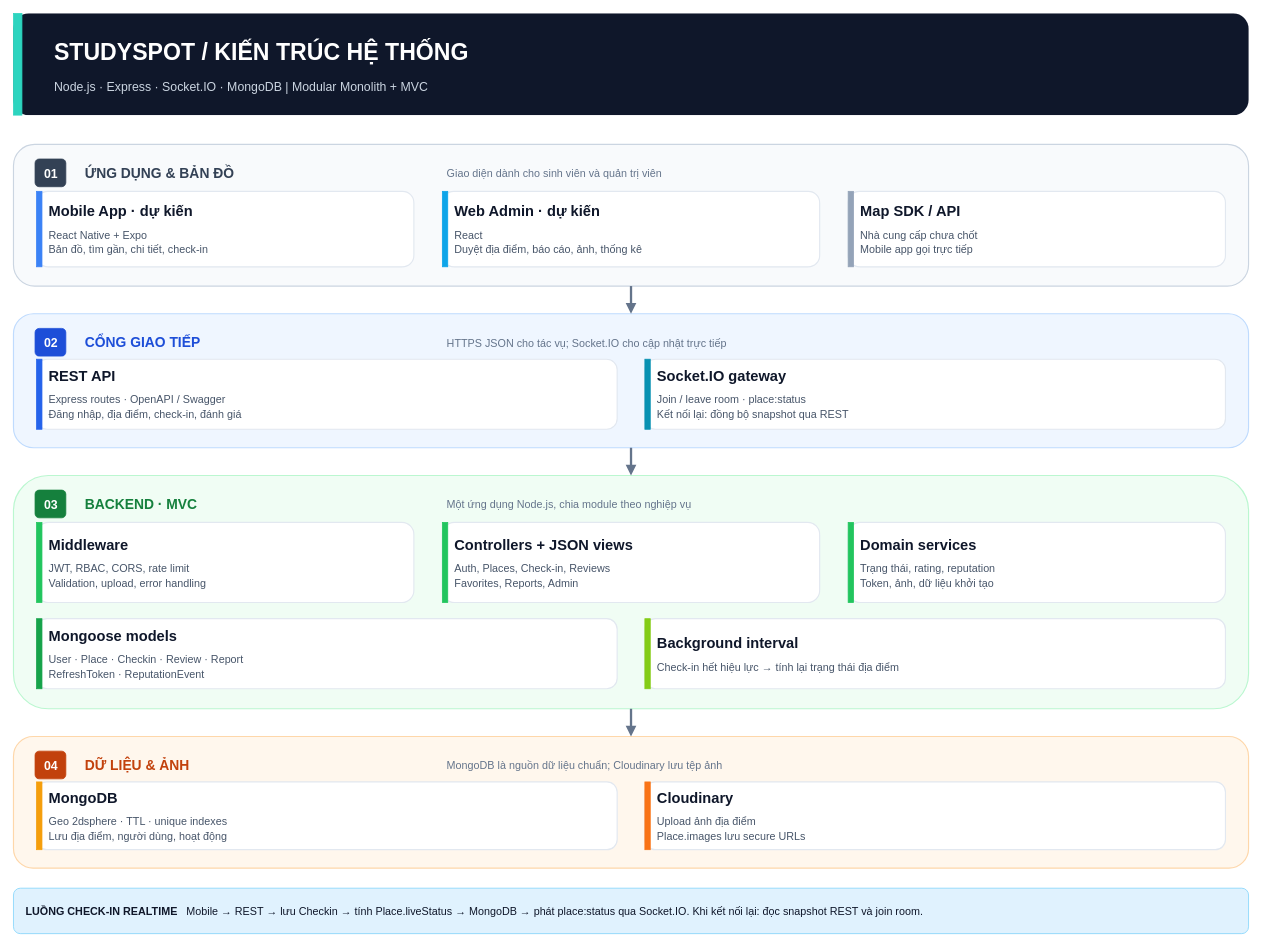
L1nkinPark/SDN-MMA keeps this draw.io diagram as backend/docs/StudySpot-System-Architecture.drawio. Above is the earlier version. Source tidied: cells renumbered, new cells numbered last; positions are measured from the earlier drawing's top-left corner, leaving out a move shared by most shapes. Both pictures are drawn from the tidied source at 77%, with x=0, y=0 at pixel (13, 13).
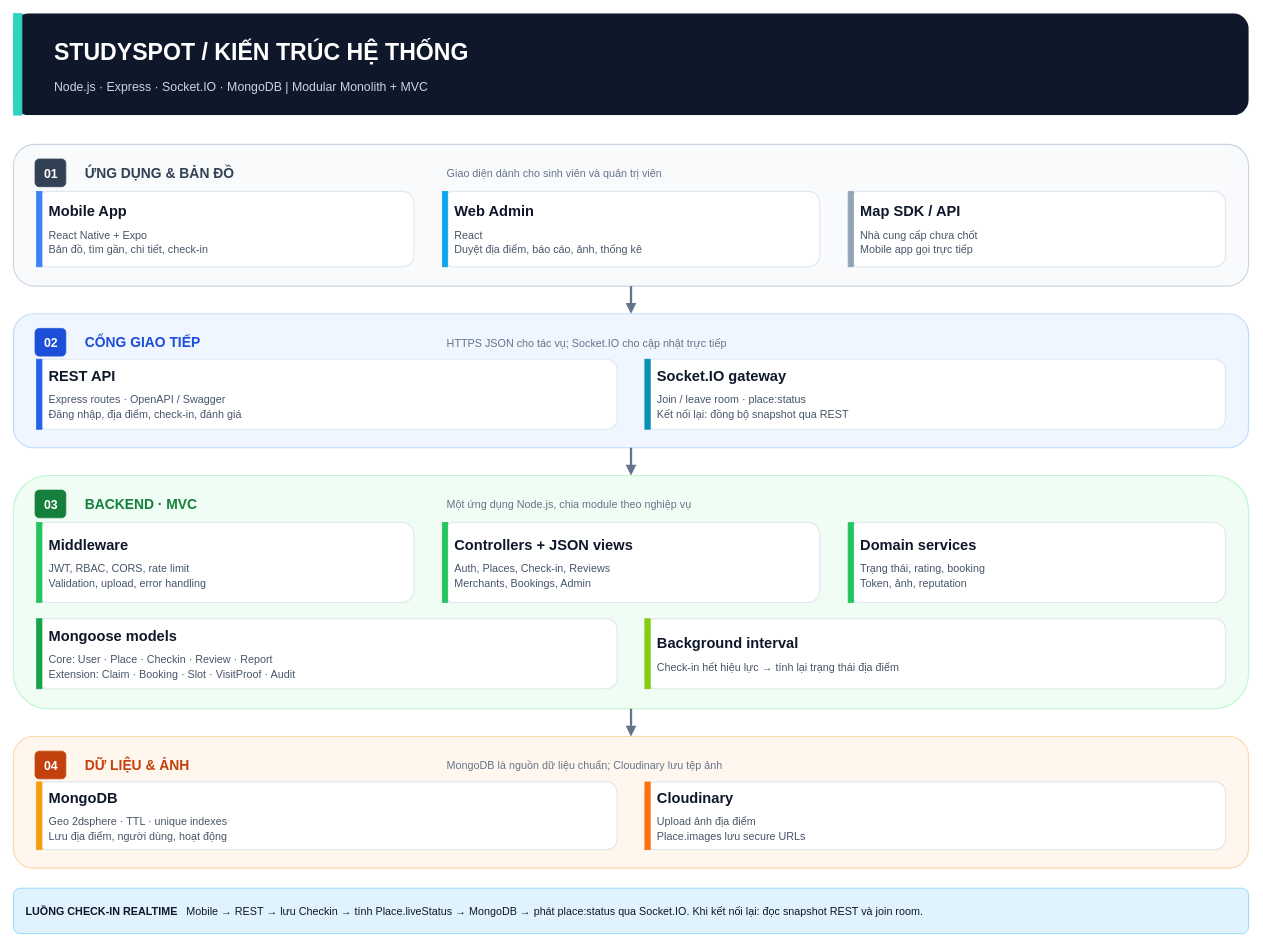
The same page after the edit.

Diff of the diagram source:
```diff
@@
-    <mxCell id="10" value="&lt;div style='font-family:Arial,sans-serif;line-height:1.4'&gt;&lt;div style='font-size:19px;font-weight:bold;color:#0F172A'&gt;Mobile App  ·  dự kiến&lt;/div&gt;&lt;div style='font-size:14px;color:#475569;margin-top:7px'&gt;React Native + Expo&lt;br/&gt;Bản đồ, tìm gần, chi tiết, check-in&lt;/div&gt;&lt;/div&gt;" style="rounded=1;whiteSpace=wrap;html=1;fillColor=#FFFFFF;strokeColor=#E2E8F0;fontColor=#0F172A;fontSize=15;align=left;verticalAlign=middle;spacingLeft=14;spacingRight=12;spacingTop=9;spacingBottom=8;shadow=0;dashed=0;strokeWidth=1.5;verticalAlign=middle;" parent="1" vertex="1">
+    <mxCell id="10" value="&lt;div style='font-family:Arial,sans-serif;line-height:1.4'&gt;&lt;div style='font-size:19px;font-weight:bold;color:#0F172A'&gt;Mobile App&lt;/div&gt;&lt;div style='font-size:14px;color:#475569;margin-top:7px'&gt;React Native + Expo&lt;br/&gt;Bản đồ, tìm gần, chi tiết, check-in&lt;/div&gt;&lt;/div&gt;" style="rounded=1;whiteSpace=wrap;html=1;fillColor=#FFFFFF;strokeColor=#E2E8F0;fontColor=#0F172A;fontSize=15;align=left;verticalAlign=middle;spacingLeft=14;spacingRight=12;spacingTop=9;spacingBottom=8;shadow=0;dashed=0;strokeWidth=1.5;verticalAlign=middle;" parent="1" vertex="1">
       <mxGeometry x="30" y="231" width="490" height="98" as="geometry" />
     </mxCell>
@@
-    <mxCell id="12" value="&lt;div style='font-family:Arial,sans-serif;line-height:1.4'&gt;&lt;div style='font-size:19px;font-weight:bold;color:#0F172A'&gt;Web Admin  ·  dự kiến&lt;/div&gt;&lt;div style='font-size:14px;color:#475569;margin-top:7px'&gt;React&lt;br/&gt;Duyệt địa điểm, báo cáo, ảnh, thống kê&lt;/div&gt;&lt;/div&gt;" style="rounded=1;whiteSpace=wrap;html=1;fillColor=#FFFFFF;strokeColor=#E2E8F0;fontColor=#0F172A;fontSize=15;align=left;verticalAlign=middle;spacingLeft=14;spacingRight=12;spacingTop=9;spacingBottom=8;shadow=0;dashed=0;strokeWidth=1.5;verticalAlign=middle;" parent="1" vertex="1">
+    <mxCell id="12" value="&lt;div style='font-family:Arial,sans-serif;line-height:1.4'&gt;&lt;div style='font-size:19px;font-weight:bold;color:#0F172A'&gt;Web Admin&lt;/div&gt;&lt;div style='font-size:14px;color:#475569;margin-top:7px'&gt;React&lt;br/&gt;Duyệt địa điểm, báo cáo, ảnh, thống kê&lt;/div&gt;&lt;/div&gt;" style="rounded=1;whiteSpace=wrap;html=1;fillColor=#FFFFFF;strokeColor=#E2E8F0;fontColor=#0F172A;fontSize=15;align=left;verticalAlign=middle;spacingLeft=14;spacingRight=12;spacingTop=9;spacingBottom=8;shadow=0;dashed=0;strokeWidth=1.5;verticalAlign=middle;" parent="1" vertex="1">
       <mxGeometry x="557" y="231" width="490" height="98" as="geometry" />
     </mxCell>
@@
-    <mxCell id="30" value="&lt;div style='font-family:Arial,sans-serif;line-height:1.4'&gt;&lt;div style='font-size:19px;font-weight:bold;color:#0F172A'&gt;Controllers + JSON views&lt;/div&gt;&lt;div style='font-size:14px;color:#475569;margin-top:7px'&gt;Auth, Places, Check-in, Reviews&lt;br/&gt;Favorites, Reports, Admin&lt;/div&gt;&lt;/div&gt;" style="rounded=1;whiteSpace=wrap;html=1;fillColor=#FFFFFF;strokeColor=#E2E8F0;fontColor=#0F172A;fontSize=15;align=left;verticalAlign=middle;spacingLeft=14;spacingRight=12;spacingTop=9;spacingBottom=8;shadow=0;dashed=0;strokeWidth=1.5;verticalAlign=middle;" parent="1" vertex="1">
+    <mxCell id="30" value="&lt;div style='font-family:Arial,sans-serif;line-height:1.4'&gt;&lt;div style='font-size:19px;font-weight:bold;color:#0F172A'&gt;Controllers + JSON views&lt;/div&gt;&lt;div style='font-size:14px;color:#475569;margin-top:7px'&gt;Auth, Places, Check-in, Reviews&lt;br/&gt;Merchants, Bookings, Admin&lt;/div&gt;&lt;/div&gt;" style="rounded=1;whiteSpace=wrap;html=1;fillColor=#FFFFFF;strokeColor=#E2E8F0;fontColor=#0F172A;fontSize=15;align=left;verticalAlign=middle;spacingLeft=14;spacingRight=12;spacingTop=9;spacingBottom=8;shadow=0;dashed=0;strokeWidth=1.5;verticalAlign=middle;" parent="1" vertex="1">
       <mxGeometry x="557" y="661" width="490" height="104" as="geometry" />
     </mxCell>
@@
-    <mxCell id="32" value="&lt;div style='font-family:Arial,sans-serif;line-height:1.4'&gt;&lt;div style='font-size:19px;font-weight:bold;color:#0F172A'&gt;Domain services&lt;/div&gt;&lt;div style='font-size:14px;color:#475569;margin-top:7px'&gt;Trạng thái, rating, reputation&lt;br/&gt;Token, ảnh, dữ liệu khởi tạo&lt;/div&gt;&lt;/div&gt;" style="rounded=1;whiteSpace=wrap;html=1;fillColor=#FFFFFF;strokeColor=#E2E8F0;fontColor=#0F172A;fontSize=15;align=left;verticalAlign=middle;spacingLeft=14;spacingRight=12;spacingTop=9;spacingBottom=8;shadow=0;dashed=0;strokeWidth=1.5;verticalAlign=middle;" parent="1" vertex="1">
+    <mxCell id="32" value="&lt;div style='font-family:Arial,sans-serif;line-height:1.4'&gt;&lt;div style='font-size:19px;font-weight:bold;color:#0F172A'&gt;Domain services&lt;/div&gt;&lt;div style='font-size:14px;color:#475569;margin-top:7px'&gt;Trạng thái, rating, booking&lt;br/&gt;Token, ảnh, reputation&lt;/div&gt;&lt;/div&gt;" style="rounded=1;whiteSpace=wrap;html=1;fillColor=#FFFFFF;strokeColor=#E2E8F0;fontColor=#0F172A;fontSize=15;align=left;verticalAlign=middle;spacingLeft=14;spacingRight=12;spacingTop=9;spacingBottom=8;shadow=0;dashed=0;strokeWidth=1.5;verticalAlign=middle;" parent="1" vertex="1">
       <mxGeometry x="1084" y="661" width="490" height="104" as="geometry" />
     </mxCell>
@@
-    <mxCell id="34" value="&lt;div style='font-family:Arial,sans-serif;line-height:1.4'&gt;&lt;div style='font-size:19px;font-weight:bold;color:#0F172A'&gt;Mongoose models&lt;/div&gt;&lt;div style='font-size:14px;color:#475569;margin-top:7px'&gt;User · Place · Checkin · Review · Report&lt;br/&gt;RefreshToken · ReputationEvent&lt;/div&gt;&lt;/div&gt;" style="rounded=1;whiteSpace=wrap;html=1;fillColor=#FFFFFF;strokeColor=#E2E8F0;fontColor=#0F172A;fontSize=15;align=left;verticalAlign=middle;spacingLeft=14;spacingRight=12;spacingTop=9;spacingBottom=8;shadow=0;dashed=0;strokeWidth=1.5;verticalAlign=middle;" parent="1" vertex="1">
+    <mxCell id="34" value="&lt;div style='font-family:Arial,sans-serif;line-height:1.4'&gt;&lt;div style='font-size:19px;font-weight:bold;color:#0F172A'&gt;Mongoose models&lt;/div&gt;&lt;div style='font-size:14px;color:#475569;margin-top:7px'&gt;Core: User · Place · Checkin · Review · Report&lt;br/&gt;Extension: Claim · Booking · Slot · VisitProof · Audit&lt;/div&gt;&lt;/div&gt;" style="rounded=1;whiteSpace=wrap;html=1;fillColor=#FFFFFF;strokeColor=#E2E8F0;fontColor=#0F172A;fontSize=15;align=left;verticalAlign=middle;spacingLeft=14;spacingRight=12;spacingTop=9;spacingBottom=8;shadow=0;dashed=0;strokeWidth=1.5;verticalAlign=middle;" parent="1" vertex="1">
       <mxGeometry x="30" y="786" width="754" height="91" as="geometry" />
     </mxCell>
```
